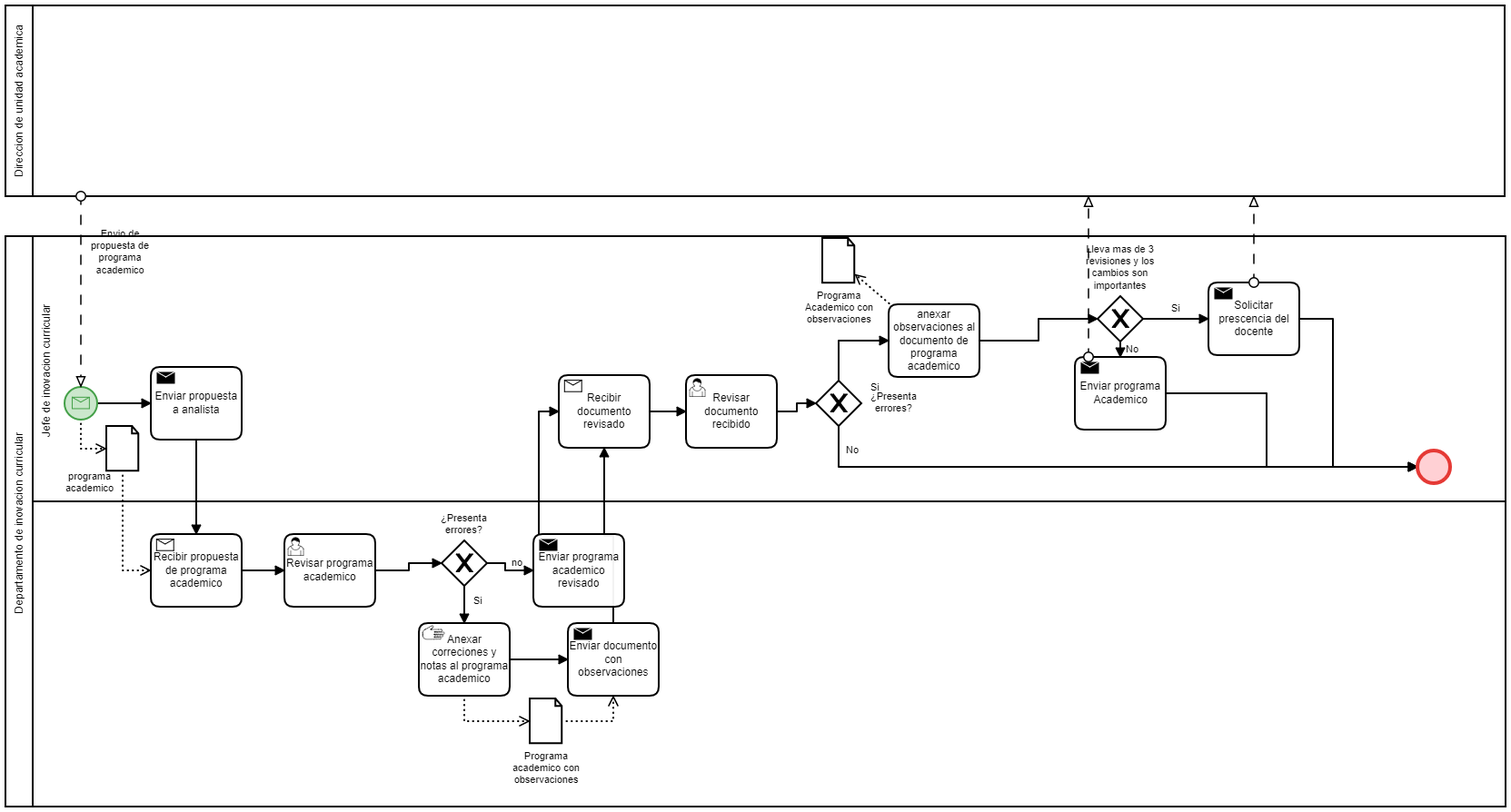
Before: MACROPROCESO/proceso_validarPA.png, a diagram exported from BPMN (SoftwareEngineerESCOM/IngSof). Its source is kept beside it as MACROPROCESO/proceso_validarPA.bpmn. Ids are renumbered.
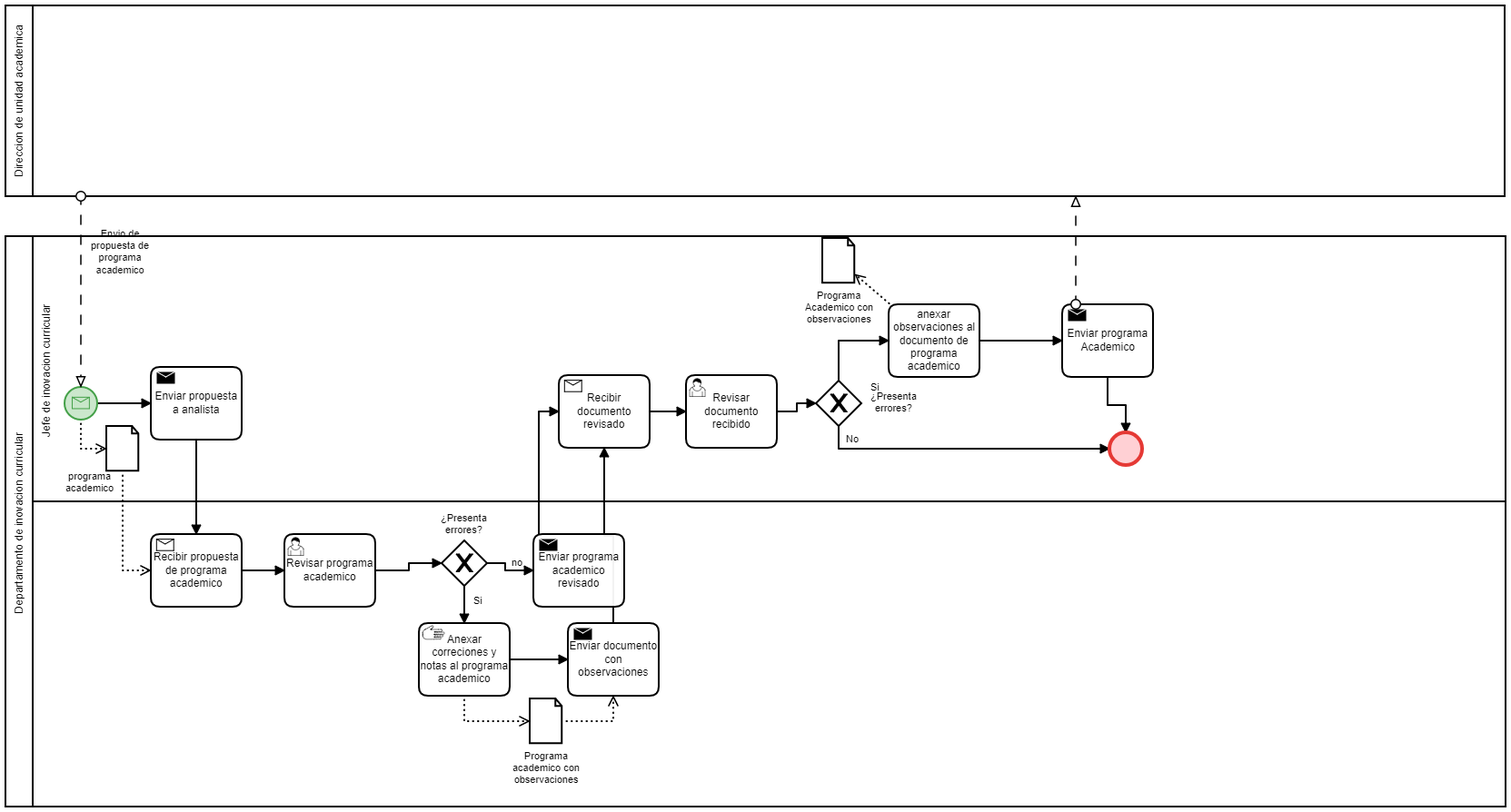
After the change.

Commit message:
quite lo de citar al profesor del bpmn Validar plan de estudios

Diff of the diagram source:
```diff
@@ -4,7 +4,6 @@
     <bpmn:participant id="Participant_n4" name="Departamento de inovacion curricular " processRef="Process_n5" />
     <bpmn:messageFlow id="MessageFlow_n6" name="Envio de propuesta de programa academico" sourceRef="Participant_n3" targetRef="StartEvent_n7" />
     <bpmn:messageFlow id="MessageFlow_n8" sourceRef="Task_n9" targetRef="Participant_n3" />
-    <bpmn:messageFlow id="MessageFlow_n10" sourceRef="Task_n11" targetRef="Participant_n3" />
   </bpmn:collaboration>
   <bpmn:process id="Process_1" isExecutable="true" />
   <bpmn:process id="Process_n5" isExecutable="false">
@@ -16,8 +15,6 @@
         <bpmn:flowNodeRef>Task_n16</bpmn:flowNodeRef>
         <bpmn:flowNodeRef>ExclusiveGateway_n17</bpmn:flowNodeRef>
         <bpmn:flowNodeRef>Task_n18</bpmn:flowNodeRef>
-        <bpmn:flowNodeRef>ExclusiveGateway_n19</bpmn:flowNodeRef>
-        <bpmn:flowNodeRef>Task_n11</bpmn:flowNodeRef>
         <bpmn:flowNodeRef>Task_n9</bpmn:flowNodeRef>
         <bpmn:flowNodeRef>EndEvent_n20</bpmn:flowNodeRef>
       </bpmn:lane>
@@ -111,37 +108,24 @@
     <bpmn:sequenceFlow id="SequenceFlow_n49" name="Si" sourceRef="ExclusiveGateway_n17" targetRef="Task_n18" />
     <bpmn:task id="Task_n18" name="anexar observaciones al documento de programa academico">
       <bpmn:incoming>SequenceFlow_n49</bpmn:incoming>
-      <bpmn:outgoing>SequenceFlow_n51</bpmn:outgoing>
+      <bpmn:outgoing>SequenceFlow_n59</bpmn:outgoing>
       <bpmn:dataOutputAssociation id="DataOutputAssociation_n52">
         <bpmn:targetRef>DataObjectReference_n53</bpmn:targetRef>
       </bpmn:dataOutputAssociation>
     </bpmn:task>
-    <bpmn:sequenceFlow id="SequenceFlow_n51" sourceRef="Task_n18" targetRef="ExclusiveGateway_n19" />
     <bpmn:dataObjectReference id="DataObjectReference_n53" name="Programa Academico con observaciones " dataObjectRef="DataObject_n54" />
     <bpmn:dataObject id="DataObject_n54" />
-    <bpmn:exclusiveGateway id="ExclusiveGateway_n19" name="Lleva mas de 3 revisiones y los cambios son importantes ">
-      <bpmn:incoming>SequenceFlow_n51</bpmn:incoming>
-      <bpmn:outgoing>SequenceFlow_n55</bpmn:outgoing>
-      <bpmn:outgoing>SequenceFlow_n56</bpmn:outgoing>
-    </bpmn:exclusiveGateway>
-    <bpmn:sequenceFlow id="SequenceFlow_n55" name="Si" sourceRef="ExclusiveGateway_n19" targetRef="Task_n11" />
-    <bpmn:sequenceFlow id="SequenceFlow_n56" name="No " sourceRef="ExclusiveGateway_n19" targetRef="Task_n9" />
-    <bpmn:sendTask id="Task_n11" name="Solicitar prescencia del docente  ">
-      <bpmn:incoming>SequenceFlow_n55</bpmn:incoming>
-      <bpmn:outgoing>SequenceFlow_n57</bpmn:outgoing>
+    <bpmn:sequenceFlow id="SequenceFlow_n50" name="No" sourceRef="ExclusiveGateway_n17" targetRef="EndEvent_n20" />
+    <bpmn:sendTask id="Task_n9" name="Enviar programa Academico ">
+      <bpmn:incoming>SequenceFlow_n59</bpmn:incoming>
+      <bpmn:outgoing>SequenceFlow_n60</bpmn:outgoing>
     </bpmn:sendTask>
-    <bpmn:sequenceFlow id="SequenceFlow_n58" sourceRef="Task_n9" targetRef="EndEvent_n20" />
-    <bpmn:sequenceFlow id="SequenceFlow_n57" sourceRef="Task_n11" targetRef="EndEvent_n20" />
-    <bpmn:sendTask id="Task_n9" name="Enviar programa Academico ">
-      <bpmn:incoming>SequenceFlow_n56</bpmn:incoming>
-      <bpmn:outgoing>SequenceFlow_n58</bpmn:outgoing>
-    </bpmn:sendTask>
+    <bpmn:sequenceFlow id="SequenceFlow_n59" sourceRef="Task_n18" targetRef="Task_n9" />
     <bpmn:endEvent id="EndEvent_n20">
-      <bpmn:incoming>SequenceFlow_n58</bpmn:incoming>
-      <bpmn:incoming>SequenceFlow_n57</bpmn:incoming>
       <bpmn:incoming>SequenceFlow_n50</bpmn:incoming>
+      <bpmn:incoming>SequenceFlow_n60</bpmn:incoming>
     </bpmn:endEvent>
-    <bpmn:sequenceFlow id="SequenceFlow_n50" name="No" sourceRef="ExclusiveGateway_n17" targetRef="EndEvent_n20" />
+    <bpmn:sequenceFlow id="SequenceFlow_n60" sourceRef="Task_n9" targetRef="EndEvent_n20" />
   </bpmn:process>
   <bpmndi:BPMNDiagram id="BPMNDiagram_1">
     <bpmndi:BPMNPlane id="BPMNPlane_1" bpmnElement="Collaboration_n2">
@@ -306,7 +290,7 @@
         </bpmndi:BPMNLabel>
       </bpmndi:BPMNEdge>
       <bpmndi:BPMNShape id="EndEvent_n20_di" bpmnElement="EndEvent_n20" bioc:stroke="#E53935" bioc:fill="#FFCDD2">
-        <dc:Bounds x="1677" y="491" width="36" height="36" />
+        <dc:Bounds x="1338" y="471" width="36" height="36" />
       </bpmndi:BPMNShape>
       <bpmndi:BPMNShape id="DataObjectReference_n53_di" bpmnElement="DataObjectReference_n53">
         <dc:Bounds x="1022" y="257" width="36" height="50" />
@@ -318,65 +302,30 @@
         <di:waypoint x="1099" y="332" />
         <di:waypoint x="1058" y="297" />
       </bpmndi:BPMNEdge>
-      <bpmndi:BPMNShape id="ExclusiveGateway_n19_di" bpmnElement="ExclusiveGateway_n19" isMarkerVisible="true">
-        <dc:Bounds x="1325" y="321" width="50" height="50" />
-        <bpmndi:BPMNLabel>
-          <dc:Bounds x="1312" y="263" width="76" height="53" />
-        </bpmndi:BPMNLabel>
+      <bpmndi:BPMNShape id="SendTask_0qnegf9_di" bpmnElement="Task_n9">
+        <dc:Bounds x="1286" y="330" width="100" height="80" />
       </bpmndi:BPMNShape>
-      <bpmndi:BPMNEdge id="SequenceFlow_n51_di" bpmnElement="SequenceFlow_n51">
-        <di:waypoint x="1195" y="370" />
-        <di:waypoint x="1260" y="370" />
-        <di:waypoint x="1260" y="346" />
-        <di:waypoint x="1325" y="346" />
-      </bpmndi:BPMNEdge>
-      <bpmndi:BPMNEdge id="SequenceFlow_n55_di" bpmnElement="SequenceFlow_n55">
-        <di:waypoint x="1375" y="346" />
-        <di:waypoint x="1447" y="346" />
-        <bpmndi:BPMNLabel>
-          <dc:Bounds x="1406" y="328" width="10" height="14" />
-        </bpmndi:BPMNLabel>
-      </bpmndi:BPMNEdge>
-      <bpmndi:BPMNEdge id="SequenceFlow_n56_di" bpmnElement="SequenceFlow_n56">
-        <di:waypoint x="1350" y="371" />
-        <di:waypoint x="1350" y="388" />
-        <bpmndi:BPMNLabel>
-          <dc:Bounds x="1356" y="373" width="18" height="14" />
-        </bpmndi:BPMNLabel>
-      </bpmndi:BPMNEdge>
-      <bpmndi:BPMNShape id="SendTask_0qnegf9_di" bpmnElement="Task_n9">
-        <dc:Bounds x="1300" y="388" width="100" height="80" />
-      </bpmndi:BPMNShape>
-      <bpmndi:BPMNShape id="SendTask_1s0ybgj_di" bpmnElement="Task_n11">
-        <dc:Bounds x="1447" y="306" width="100" height="80" />
-      </bpmndi:BPMNShape>
-      <bpmndi:BPMNEdge id="SequenceFlow_n58_di" bpmnElement="SequenceFlow_n58">
-        <di:waypoint x="1400" y="428" />
-        <di:waypoint x="1511" y="428" />
-        <di:waypoint x="1511" y="509" />
-        <di:waypoint x="1677" y="509" />
-      </bpmndi:BPMNEdge>
-      <bpmndi:BPMNEdge id="SequenceFlow_n57_di" bpmnElement="SequenceFlow_n57">
-        <di:waypoint x="1547" y="346" />
-        <di:waypoint x="1584" y="346" />
-        <di:waypoint x="1584" y="509" />
-        <di:waypoint x="1677" y="509" />
-      </bpmndi:BPMNEdge>
       <bpmndi:BPMNEdge id="MessageFlow_n8_di" bpmnElement="MessageFlow_n8">
-        <di:waypoint x="1315" y="388" />
-        <di:waypoint x="1315" y="211" />
-      </bpmndi:BPMNEdge>
-      <bpmndi:BPMNEdge id="MessageFlow_n10_di" bpmnElement="MessageFlow_n10">
-        <di:waypoint x="1497" y="306" />
-        <di:waypoint x="1497" y="211" />
+        <di:waypoint x="1301" y="330" />
+        <di:waypoint x="1301" y="211" />
       </bpmndi:BPMNEdge>
       <bpmndi:BPMNEdge id="SequenceFlow_n50_di" bpmnElement="SequenceFlow_n50">
         <di:waypoint x="1040" y="464" />
-        <di:waypoint x="1040" y="509" />
-        <di:waypoint x="1677" y="509" />
+        <di:waypoint x="1040" y="489" />
+        <di:waypoint x="1338" y="489" />
         <bpmndi:BPMNLabel>
-          <dc:Bounds x="1048" y="484" width="15" height="14" />
+          <dc:Bounds x="1048" y="472" width="15" height="14" />
         </bpmndi:BPMNLabel>
+      </bpmndi:BPMNEdge>
+      <bpmndi:BPMNEdge id="SequenceFlow_n59_di" bpmnElement="SequenceFlow_n59">
+        <di:waypoint x="1195" y="370" />
+        <di:waypoint x="1286" y="370" />
+      </bpmndi:BPMNEdge>
+      <bpmndi:BPMNEdge id="SequenceFlow_n60_di" bpmnElement="SequenceFlow_n60">
+        <di:waypoint x="1336" y="410" />
+        <di:waypoint x="1336" y="441" />
+        <di:waypoint x="1356" y="441" />
+        <di:waypoint x="1356" y="471" />
       </bpmndi:BPMNEdge>
     </bpmndi:BPMNPlane>
   </bpmndi:BPMNDiagram>
```
